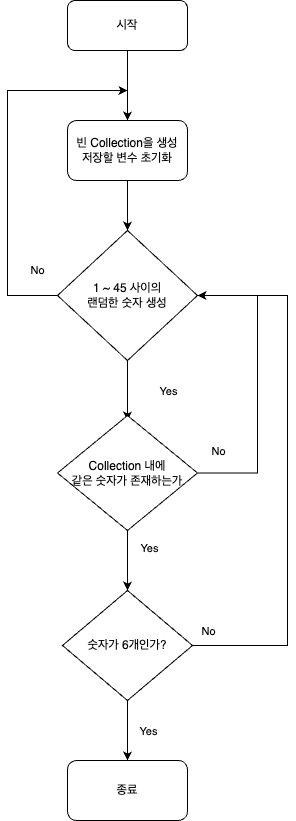
This is 순서도.png from yagom-academy/swift-starter-Round2, a draw.io export, as it was before one commit. Source tidied: cells renumbered, new cells last; positions are measured from the earlier drawing's top-left corner, leaving out a move shared by most shapes. Source of this version:
```xml
<mxGraphModel>
  <root>
    <mxCell id="0" />
    <mxCell id="1" parent="0" />
    <mxCell id="2" style="edgeStyle=orthogonalEdgeStyle;rounded=0;jettySize=auto;html=1;" parent="1" edge="1" source="3" target="5">
      <mxGeometry relative="1" as="geometry" />
    </mxCell>
    <mxCell id="3" value="시작" style="rounded=1;whiteSpace=wrap;html=1;" parent="1" vertex="1">
      <mxGeometry x="60" width="120" height="50" as="geometry" />
    </mxCell>
    <mxCell id="4" style="edgeStyle=orthogonalEdgeStyle;rounded=0;jettySize=auto;html=1;entryX=0.5;entryY=0;entryDx=0;entryDy=0;" parent="1" edge="1" source="5" target="8">
      <mxGeometry relative="1" as="geometry" />
    </mxCell>
    <mxCell id="5" value="빈 Collection을 생성&lt;br&gt;저장할 변수 초기화" style="rounded=1;whiteSpace=wrap;html=1;" parent="1" vertex="1">
      <mxGeometry x="60" y="120" width="120" height="60" as="geometry" />
    </mxCell>
    <mxCell id="6" style="edgeStyle=orthogonalEdgeStyle;rounded=0;jettySize=auto;html=1;entryX=0.5;entryY=0;entryDx=0;entryDy=0;" parent="1" edge="1" source="8">
      <mxGeometry relative="1" as="geometry">
        <mxPoint x="120" y="420" as="targetPoint" />
      </mxGeometry>
    </mxCell>
    <mxCell id="7" value="Yes" style="edgeLabel;html=1;align=center;verticalAlign=middle;" parent="6" vertex="1">
      <mxGeometry x="0.27" relative="1" as="geometry">
        <mxPoint x="40" y="-8" as="offset" />
      </mxGeometry>
    </mxCell>
    <mxCell id="8" value="1 ~ 45 사이의 &lt;br&gt;랜덤한 숫자 생성" style="rhombus;whiteSpace=wrap;html=1;" parent="1" vertex="1">
      <mxGeometry x="50" y="230" width="140" height="130" as="geometry" />
    </mxCell>
    <mxCell id="9" value="No" style="edgeStyle=orthogonalEdgeStyle;rounded=0;jettySize=auto;html=1;exitX=0;exitY=0.5;exitDx=0;exitDy=0;" parent="1" edge="1" source="8">
      <mxGeometry x="-0.89" y="-25" relative="1" as="geometry">
        <mxPoint x="120" y="90" as="targetPoint" />
        <Array as="points">
          <mxPoint y="295" />
          <mxPoint y="90" />
        </Array>
      </mxGeometry>
    </mxCell>
    <mxCell id="10" style="edgeStyle=orthogonalEdgeStyle;rounded=0;jettySize=auto;html=1;entryX=0.5;entryY=0;entryDx=0;entryDy=0;" parent="1" edge="1" source="13" target="19">
      <mxGeometry relative="1" as="geometry" />
    </mxCell>
    <mxCell id="11" style="edgeStyle=orthogonalEdgeStyle;rounded=0;jettySize=auto;html=1;entryX=1;entryY=0.5;entryDx=0;entryDy=0;" parent="1" edge="1" source="13" target="8">
      <mxGeometry relative="1" as="geometry">
        <Array as="points">
          <mxPoint x="250" y="473" />
          <mxPoint x="250" y="295" />
        </Array>
      </mxGeometry>
    </mxCell>
    <mxCell id="12" value="No" style="edgeLabel;html=1;align=center;verticalAlign=middle;" parent="11" vertex="1">
      <mxGeometry x="-0.03" y="-1" relative="1" as="geometry">
        <mxPoint x="-41" y="62" as="offset" />
      </mxGeometry>
    </mxCell>
    <mxCell id="13" value="Collection 내에&lt;br&gt;같은 숫자가 존재하는가" style="rhombus;whiteSpace=wrap;html=1;" parent="1" vertex="1">
      <mxGeometry x="50" y="415" width="140" height="115" as="geometry" />
    </mxCell>
    <mxCell id="14" value="Yes" style="edgeLabel;html=1;align=center;verticalAlign=middle;" parent="1" vertex="1">
      <mxGeometry x="100" y="480" as="geometry">
        <mxPoint x="42" y="68" as="offset" />
      </mxGeometry>
    </mxCell>
    <mxCell id="15" style="edgeStyle=orthogonalEdgeStyle;rounded=0;jettySize=auto;html=1;entryX=0.5;entryY=0;entryDx=0;entryDy=0;" parent="1" edge="1" source="19" target="20">
      <mxGeometry relative="1" as="geometry" />
    </mxCell>
    <mxCell id="16" value="Yes" style="edgeLabel;html=1;align=center;verticalAlign=middle;" parent="15" vertex="1">
      <mxGeometry y="-1" relative="1" as="geometry">
        <mxPoint x="21" as="offset" />
      </mxGeometry>
    </mxCell>
    <mxCell id="17" style="edgeStyle=orthogonalEdgeStyle;rounded=0;jettySize=auto;html=1;entryX=1;entryY=0.5;entryDx=0;entryDy=0;exitX=1;exitY=0.5;exitDx=0;exitDy=0;" parent="1" edge="1" source="19" target="8">
      <mxGeometry relative="1" as="geometry">
        <Array as="points">
          <mxPoint x="280" y="645" />
          <mxPoint x="280" y="295" />
        </Array>
      </mxGeometry>
    </mxCell>
    <mxCell id="18" value="No" style="edgeLabel;html=1;align=center;verticalAlign=middle;" parent="17" vertex="1">
      <mxGeometry x="-0.9" y="-3" relative="1" as="geometry">
        <mxPoint x="-11" y="-18" as="offset" />
      </mxGeometry>
    </mxCell>
    <mxCell id="19" value="숫자가 6개인가?" style="rhombus;whiteSpace=wrap;html=1;" parent="1" vertex="1">
      <mxGeometry x="55" y="590" width="130" height="110" as="geometry" />
    </mxCell>
    <mxCell id="20" value="종료" style="rounded=1;whiteSpace=wrap;html=1;" parent="1" vertex="1">
      <mxGeometry x="60" y="760" width="120" height="60" as="geometry" />
    </mxCell>
  </root>
</mxGraphModel>
```
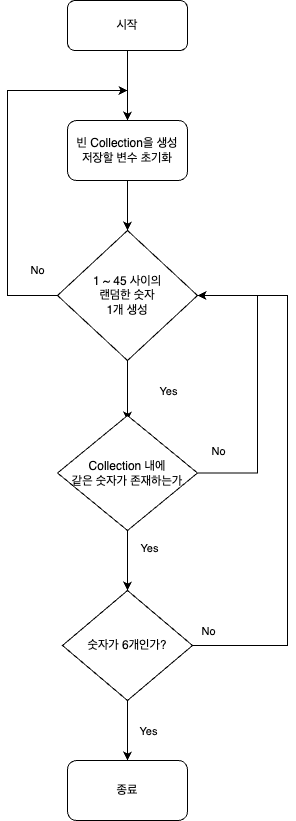
After the change.

Commit message:
Round2 [Step1] - o2k

The edit, as a diff of the source:
```diff
@@ -24,7 +24,7 @@
         <mxPoint x="40" y="-8" as="offset" />
       </mxGeometry>
     </mxCell>
-    <mxCell id="8" value="1 ~ 45 사이의 &lt;br&gt;랜덤한 숫자 생성" style="rhombus;whiteSpace=wrap;html=1;" parent="1" vertex="1">
+    <mxCell id="8" value="1 ~ 45 사이의 &lt;br&gt;랜덤한 숫자 &lt;br&gt;1개 생성" style="rhombus;whiteSpace=wrap;html=1;" parent="1" vertex="1">
       <mxGeometry x="50" y="230" width="140" height="130" as="geometry" />
     </mxCell>
     <mxCell id="9" value="No" style="edgeStyle=orthogonalEdgeStyle;rounded=0;jettySize=auto;html=1;exitX=0;exitY=0.5;exitDx=0;exitDy=0;" parent="1" edge="1" source="8">
```
